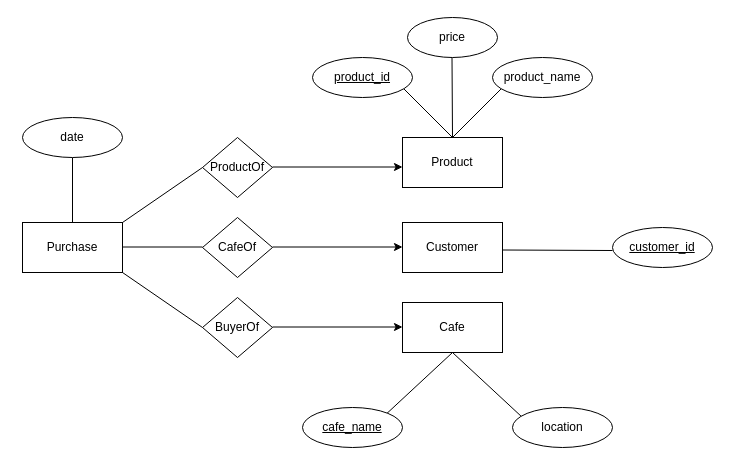
The draw.io diagram images/p4.drawio in haoyuw10/CS411, before the edit. Source tidied: cells renumbered, new cells numbered last; positions are measured from the earlier drawing's top-left corner, leaving out a move shared by most shapes. Both pictures are drawn from the tidied source at 100%, with x=0, y=0 at pixel (22, 17).
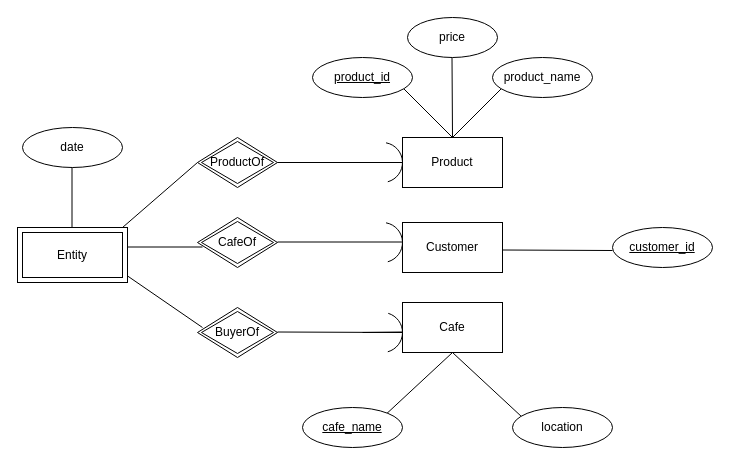
After the change.

Unchanged cells that the change refers to:
```xml
<mxCell id="13" value="Product" style="rounded=0;whiteSpace=wrap;html=1;" parent="1" vertex="1">
  <mxGeometry x="380" y="120" width="100" height="50" as="geometry" />
</mxCell>
```

Change to the diagram source:
```diff
@@
-    <mxCell id="2" style="endArrow=none;html=1;exitX=0;exitY=0.5;exitDx=0;exitDy=0;" parent="1" edge="1" source="6">
+    <mxCell id="2" style="endArrow=none;html=1;exitX=0;exitY=0.5;exitDx=0;exitDy=0;" parent="1" edge="1">
       <mxGeometry relative="1" as="geometry">
+        <mxPoint x="180" y="310" as="sourcePoint" />
         <mxPoint x="100" y="255" as="targetPoint" />
       </mxGeometry>
     </mxCell>
@@
-    <mxCell id="4" style="endArrow=none;html=1;entryX=0;entryY=0.5;entryDx=0;entryDy=0;exitX=1;exitY=0;exitDx=0;exitDy=0;" parent="1" edge="1" source="20" target="5">
-      <mxGeometry relative="1" as="geometry" />
+    <mxCell id="4" style="endArrow=none;html=1;entryX=0;entryY=0.5;entryDx=0;entryDy=0;exitX=1;exitY=0;exitDx=0;exitDy=0;" parent="1" edge="1" target="5">
+      <mxGeometry relative="1" as="geometry">
+        <mxPoint x="100" y="210" as="sourcePoint" />
+      </mxGeometry>
     </mxCell>
-    <mxCell id="5" value="ProductOf" style="rhombus;whiteSpace=wrap;html=1;" parent="1" vertex="1">
-      <mxGeometry x="180" y="120" width="70" height="60" as="geometry" />
-    </mxCell>
-    <mxCell id="6" value="BuyerOf" style="rhombus;whiteSpace=wrap;html=1;" parent="1" vertex="1">
-      <mxGeometry x="180" y="280" width="70" height="60" as="geometry" />
-    </mxCell>
-    <mxCell id="7" value="CafeOf" style="rhombus;whiteSpace=wrap;html=1;" parent="1" vertex="1">
-      <mxGeometry x="180" y="200" width="70" height="60" as="geometry" />
-    </mxCell>
-    <mxCell id="8" style="endArrow=classic;html=1;" parent="1" edge="1">
-      <mxGeometry relative="1" as="geometry">
-        <mxPoint x="250" y="149.5" as="sourcePoint" />
-        <mxPoint x="380" y="149.5" as="targetPoint" />
-      </mxGeometry>
-    </mxCell>
-    <mxCell id="9" style="endArrow=classic;html=1;" parent="1" edge="1">
-      <mxGeometry relative="1" as="geometry">
-        <mxPoint x="250" y="229.5" as="sourcePoint" />
-        <mxPoint x="380" y="229.5" as="targetPoint" />
-      </mxGeometry>
-    </mxCell>
-    <mxCell id="10" style="endArrow=classic;html=1;" parent="1" edge="1">
-      <mxGeometry relative="1" as="geometry">
-        <mxPoint x="250" y="309.5" as="sourcePoint" />
-        <mxPoint x="380" y="309.5" as="targetPoint" />
-      </mxGeometry>
-    </mxCell>
@@
-    <mxCell id="20" value="Purchase" style="rounded=0;whiteSpace=wrap;html=1;" parent="1" vertex="1">
-      <mxGeometry y="205" width="100" height="50" as="geometry" />
-    </mxCell>
@@
     <mxCell id="27" style="endArrow=none;html=1;" parent="1" edge="1">
       <mxGeometry relative="1" as="geometry">
-        <mxPoint x="50" y="205" as="sourcePoint" />
-        <mxPoint x="50" y="140" as="targetPoint" />
+        <mxPoint x="49.5" y="210" as="sourcePoint" />
+        <mxPoint x="49.5" y="145" as="targetPoint" />
       </mxGeometry>
     </mxCell>
     <mxCell id="28" value="date" style="ellipse;whiteSpace=wrap;html=1;" parent="1" vertex="1">
-      <mxGeometry y="100" width="100" height="40" as="geometry" />
+      <mxGeometry y="110" width="100" height="40" as="geometry" />
     </mxCell>
+    <mxCell id="6" value="BuyerOf" style="shape=rhombus;double=1;perimeter=rhombusPerimeter;whiteSpace=wrap;html=1;align=center;" parent="1" vertex="1">
+      <mxGeometry x="175" y="290" width="80" height="50" as="geometry" />
+    </mxCell>
+    <mxCell id="7" value="CafeOf" style="shape=rhombus;double=1;perimeter=rhombusPerimeter;whiteSpace=wrap;html=1;align=center;" parent="1" vertex="1">
+      <mxGeometry x="175" y="200" width="80" height="50" as="geometry" />
+    </mxCell>
+    <mxCell id="5" value="ProductOf" style="shape=rhombus;double=1;perimeter=rhombusPerimeter;whiteSpace=wrap;html=1;align=center;" parent="1" vertex="1">
+      <mxGeometry x="175" y="120" width="80" height="50" as="geometry" />
+    </mxCell>
+    <mxCell id="29" value="Entity" style="shape=ext;margin=3;double=1;whiteSpace=wrap;html=1;align=center;" parent="1" vertex="1">
+      <mxGeometry x="-5" y="210" width="110" height="55" as="geometry" />
+    </mxCell>
+    <mxCell id="30" style="endArrow=none;html=1;exitX=1;exitY=0.5;exitDx=0;exitDy=0;entryX=0;entryY=0.5;entryDx=0;entryDy=0;" parent="1" edge="1" source="5" target="13">
+      <mxGeometry relative="1" as="geometry" />
+    </mxCell>
+    <mxCell id="31" style="endArrow=none;html=1;exitX=1;exitY=0.5;exitDx=0;exitDy=0;entryX=0;entryY=0.5;entryDx=0;entryDy=0;" parent="1" edge="1" source="35">
+      <mxGeometry relative="1" as="geometry">
+        <mxPoint x="380" y="314.5" as="targetPoint" />
+      </mxGeometry>
+    </mxCell>
+    <mxCell id="32" style="endArrow=none;html=1;exitX=1;exitY=0.5;exitDx=0;exitDy=0;entryX=0;entryY=0.5;entryDx=0;entryDy=0;" parent="1" edge="1">
+      <mxGeometry relative="1" as="geometry">
+        <mxPoint x="255" y="224.5" as="sourcePoint" />
+        <mxPoint x="380" y="224.5" as="targetPoint" />
+      </mxGeometry>
+    </mxCell>
+    <mxCell id="33" style="verticalLabelPosition=bottom;verticalAlign=top;html=1;shape=mxgraph.basic.arc;startAngle=0.5283443714492546;endAngle=0.9571606630035037;direction=west;" parent="1" vertex="1">
+      <mxGeometry x="340" y="125" width="40" height="40" as="geometry" />
+    </mxCell>
+    <mxCell id="34" style="verticalLabelPosition=bottom;verticalAlign=top;html=1;shape=mxgraph.basic.arc;startAngle=0.5283443714492546;endAngle=0.9571606630035037;direction=west;" parent="1" vertex="1">
+      <mxGeometry x="340" y="205" width="40" height="40" as="geometry" />
+    </mxCell>
+    <mxCell id="35" style="verticalLabelPosition=bottom;verticalAlign=top;html=1;shape=mxgraph.basic.arc;startAngle=0.5463867895388711;endAngle=0.9571606630035037;direction=west;" parent="1" vertex="1">
+      <mxGeometry x="340" y="295" width="40" height="40" as="geometry" />
+    </mxCell>
+    <mxCell id="36" style="endArrow=none;html=1;exitX=1;exitY=0.5;exitDx=0;exitDy=0;entryX=0;entryY=0.5;entryDx=0;entryDy=0;" parent="1" edge="1" target="35">
+      <mxGeometry relative="1" as="geometry">
+        <mxPoint x="255" y="314.5" as="sourcePoint" />
+      </mxGeometry>
+    </mxCell>
```
